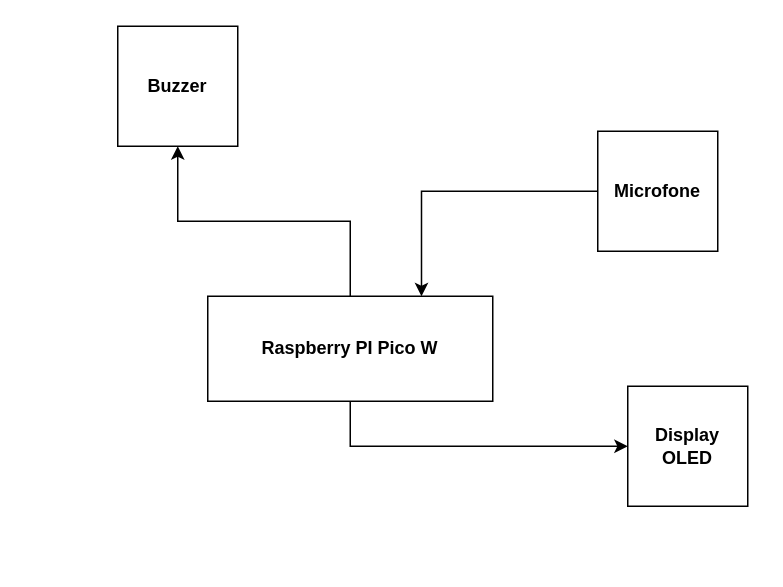
Oseiasdfarias/one-community keeps this draw.io diagram as utils/Untitled Diagram.drawio. Above is the earlier version. Source tidied: cells renumbered, new cells numbered last; positions are measured from the earlier drawing's top-left corner, leaving out a move shared by most shapes. Both pictures are drawn from the tidied source at 150%, with x=0, y=0 at pixel (117, 26).
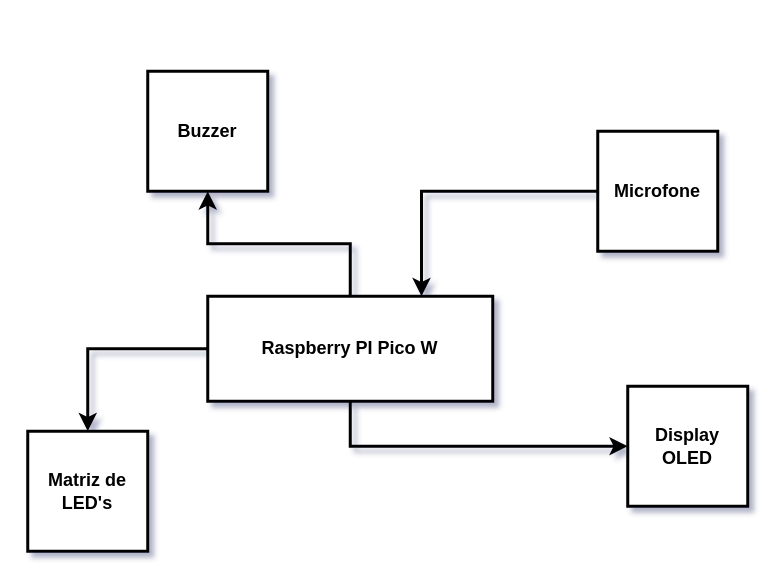
The same page after the edit.

Diff of the diagram source:
```diff
@@
-<mxGraphModel>
+<mxGraphModel background="#ffffff" shadow="1">
   <root>
     <mxCell id="0" />
     <mxCell id="1" parent="0" />
-    <mxCell id="2" style="edgeStyle=orthogonalEdgeStyle;rounded=0;jettySize=auto;html=1;entryX=0.5;entryY=1;entryDx=0;entryDy=0;" parent="1" edge="1" source="4" target="5">
+    <mxCell id="2" style="edgeStyle=orthogonalEdgeStyle;rounded=0;jettySize=auto;html=1;entryX=0.5;entryY=1;entryDx=0;entryDy=0;strokeWidth=2;" parent="1" edge="1" source="4" target="5">
       <mxGeometry relative="1" as="geometry" />
     </mxCell>
-    <mxCell id="3" style="edgeStyle=orthogonalEdgeStyle;rounded=0;jettySize=auto;html=1;entryX=0;entryY=0.5;entryDx=0;entryDy=0;" parent="1" edge="1" source="4" target="8">
+    <mxCell id="3" style="edgeStyle=orthogonalEdgeStyle;rounded=0;jettySize=auto;html=1;entryX=0;entryY=0.5;entryDx=0;entryDy=0;strokeWidth=2;" parent="1" edge="1" source="4" target="8">
       <mxGeometry relative="1" as="geometry">
         <Array as="points">
           <mxPoint x="155" y="280" />
         </Array>
       </mxGeometry>
     </mxCell>
+    <mxCell id="9" style="edgeStyle=orthogonalEdgeStyle;rounded=0;jettySize=auto;html=1;strokeWidth=2;" parent="1" edge="1" source="4" target="10">
+      <mxGeometry relative="1" as="geometry" />
+    </mxCell>
-    <mxCell id="4" value="&lt;b&gt;Raspberry PI Pico W&lt;/b&gt;" style="rounded=0;whiteSpace=wrap;html=1;" parent="1" vertex="1">
+    <mxCell id="4" value="&lt;b&gt;Raspberry PI Pico W&lt;/b&gt;" style="rounded=0;whiteSpace=wrap;html=1;strokeWidth=2;" parent="1" vertex="1">
       <mxGeometry x="60" y="180" width="190" height="70" as="geometry" />
     </mxCell>
-    <mxCell id="5" value="&lt;b&gt;Buzzer&lt;/b&gt;" style="whiteSpace=wrap;html=1;" parent="1" vertex="1">
-      <mxGeometry width="80" height="80" as="geometry" />
+    <mxCell id="5" value="&lt;b&gt;Buzzer&lt;/b&gt;" style="whiteSpace=wrap;html=1;strokeWidth=2;" parent="1" vertex="1">
+      <mxGeometry x="20" y="30" width="80" height="80" as="geometry" />
     </mxCell>
-    <mxCell id="6" style="edgeStyle=orthogonalEdgeStyle;rounded=0;jettySize=auto;html=1;entryX=0.75;entryY=0;entryDx=0;entryDy=0;" parent="1" edge="1" source="7" target="4">
+    <mxCell id="6" style="edgeStyle=orthogonalEdgeStyle;rounded=0;jettySize=auto;html=1;entryX=0.75;entryY=0;entryDx=0;entryDy=0;strokeWidth=2;" parent="1" edge="1" source="7" target="4">
       <mxGeometry relative="1" as="geometry" />
     </mxCell>
-    <mxCell id="7" value="&lt;b&gt;Microfone&lt;/b&gt;" style="whiteSpace=wrap;html=1;" parent="1" vertex="1">
+    <mxCell id="7" value="&lt;b&gt;Microfone&lt;/b&gt;" style="whiteSpace=wrap;html=1;strokeWidth=2;" parent="1" vertex="1">
       <mxGeometry x="320" y="70" width="80" height="80" as="geometry" />
     </mxCell>
-    <mxCell id="8" value="&lt;b&gt;Display OLED&lt;/b&gt;" style="whiteSpace=wrap;html=1;" parent="1" vertex="1">
+    <mxCell id="8" value="&lt;b&gt;Display OLED&lt;/b&gt;" style="whiteSpace=wrap;html=1;strokeWidth=2;" parent="1" vertex="1">
       <mxGeometry x="340" y="240" width="80" height="80" as="geometry" />
     </mxCell>
+    <mxCell id="10" value="&lt;b&gt;Matriz de LED's&lt;/b&gt;" style="whiteSpace=wrap;html=1;strokeWidth=2;" parent="1" vertex="1">
+      <mxGeometry x="-60" y="270" width="80" height="80" as="geometry" />
+    </mxCell>
   </root>
 </mxGraphModel>
```
